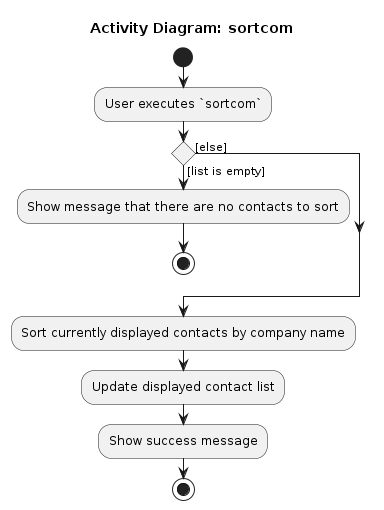
Earlier version of the PlantUML export diagrams/company/SortComActivityDiagram.png (AY2526S2-CS2103-T11-1/tp). Its source is kept beside it as diagrams/company/SortComActivityDiagram.puml.
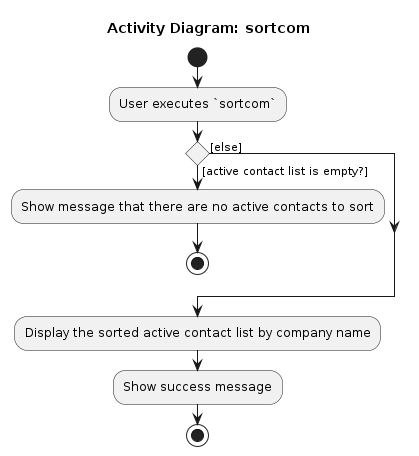
After the change.

Diff of the diagram source:
```diff
@@ -5,14 +5,13 @@
 
 :User executes `sortcom`;
 
-if () then ([list is empty])
-    :Show message that there are no contacts to sort;
+if () then ([active contact list is empty?])
+    :Show message that there are no active contacts to sort;
     stop
 else ([else])
 endif
 
-:Sort currently displayed contacts by company name;
-:Update displayed contact list;
+:Display the sorted active contact list by company name;
 :Show success message;
 
 stop
```
